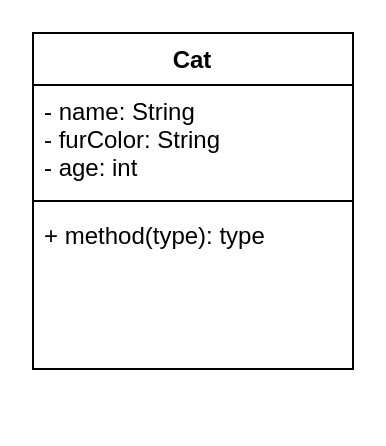
Before: cat.drawio in PP-Comcave/02a_Klassen_Objekte_1, a draw.io diagram. Source tidied: cells renumbered, new cells numbered last; positions are measured from the earlier drawing's top-left corner, leaving out a move shared by most shapes. Both pictures are drawn from the tidied source at 200%, with x=0, y=0 at pixel (32, 32).
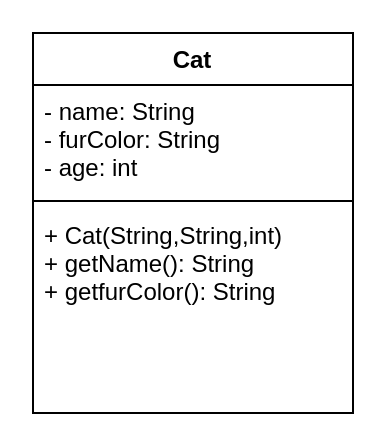
After the change.

Commit message:
draw io cat update

What changed in the source:
```diff
@@
 <mxGraphModel>
   <root>
     <mxCell id="0" />
     <mxCell id="1" parent="0" />
     <mxCell id="2" value="Cat" style="swimlane;fontStyle=1;align=center;verticalAlign=top;horizontal=1;startSize=26;" parent="1" vertex="1">
-      <mxGeometry width="160" height="168" as="geometry" />
+      <mxGeometry width="160" height="190" as="geometry" />
     </mxCell>
     <mxCell id="3" value="- name: String&#10;- furColor: String&#10;- age: int" style="text;strokeColor=none;fillColor=none;align=left;verticalAlign=top;spacingLeft=4;spacingRight=4;overflow=hidden;" parent="2" vertex="1">
       <mxGeometry y="26" width="160" height="54" as="geometry" />
     </mxCell>
     <mxCell id="4" style="line;strokeWidth=1;fillColor=none;align=left;verticalAlign=middle;spacingTop=-1;spacingLeft=3;spacingRight=3;labelPosition=right;strokeColor=inherit;" parent="2" vertex="1">
       <mxGeometry y="80" width="160" height="8" as="geometry" />
     </mxCell>
-    <mxCell id="5" value="+ method(type): type" style="text;strokeColor=none;fillColor=none;align=left;verticalAlign=top;spacingLeft=4;spacingRight=4;overflow=hidden;" parent="2" vertex="1">
-      <mxGeometry y="88" width="160" height="80" as="geometry" />
+    <mxCell id="5" value="+ Cat(String,String,int)&#10;+ getName(): String&#10;+ getfurColor(): String&#10;" style="text;strokeColor=none;fillColor=none;align=left;verticalAlign=top;spacingLeft=4;spacingRight=4;overflow=hidden;" parent="2" vertex="1">
+      <mxGeometry y="88" width="160" height="102" as="geometry" />
     </mxCell>
   </root>
 </mxGraphModel>
```
